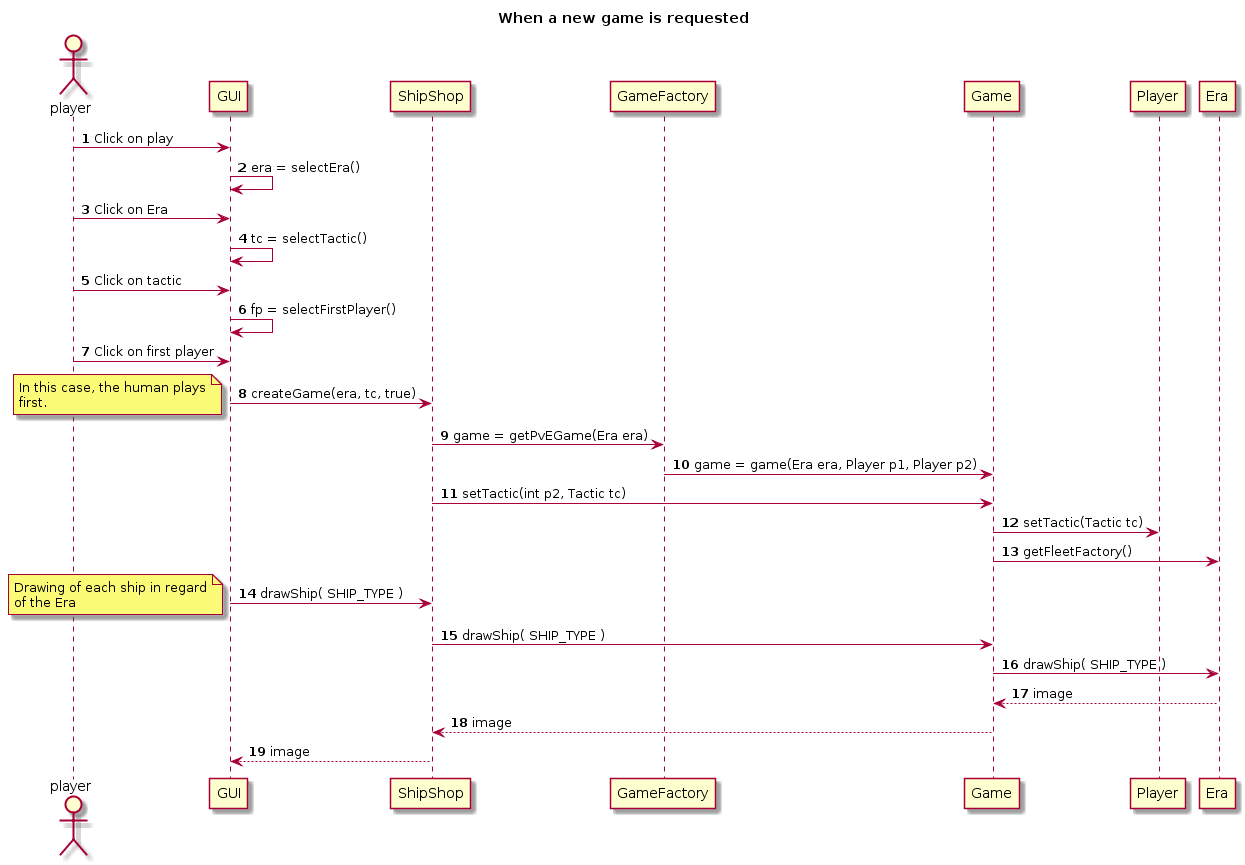
Above: doc/conception suite/image/sequences/createGame.png in Reynault/ShipShop (PlantUML), before the change.
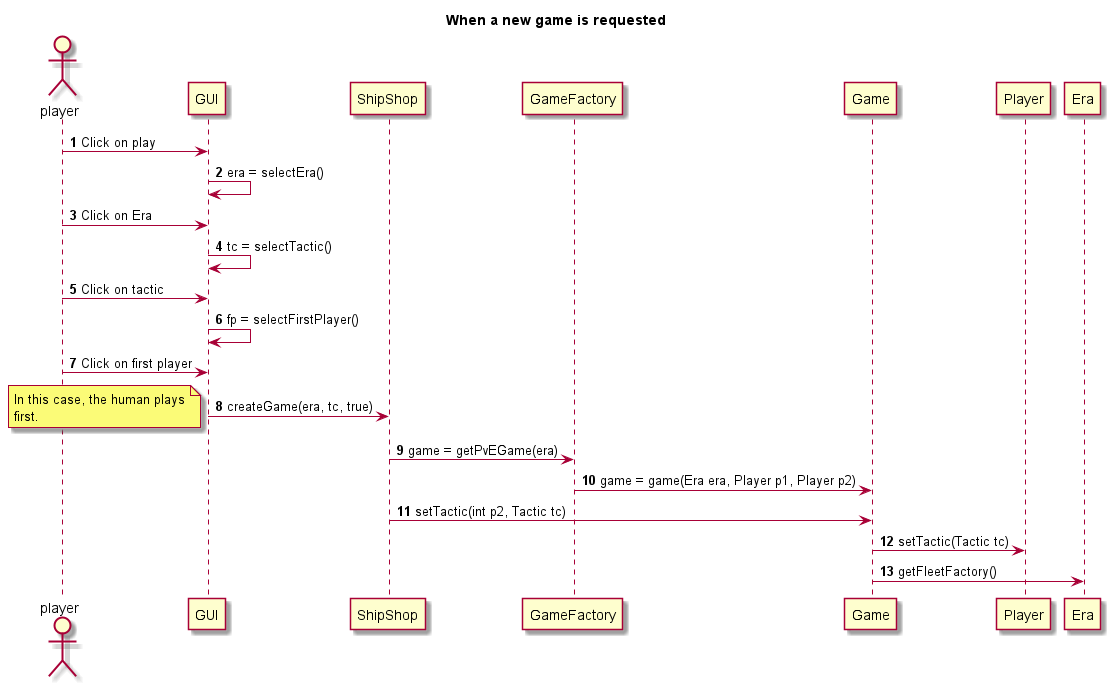
The same file after the commit.

Diff of the diagram source:
```diff
@@ -23,7 +23,7 @@
 first.
 end note
 
-ShipShop -> GameFactory: game = getPvEGame(Era era)
+ShipShop -> GameFactory: game = getPvEGame(era)
 
 GameFactory -> Game:  game = game(Era era, Player p1, Player p2)
 ShipShop -> Game: setTactic(int p2, Tactic tc)
@@ -31,21 +31,4 @@
 
 Game -> Era: getFleetFactory()
 
-GUI -> ShipShop: drawShip( SHIP_TYPE )
-
-note left
-Drawing of each ship in regard
-of the Era
-end note
-
-
-ShipShop -> Game: drawShip( SHIP_TYPE )
-
-Game -> Era: drawShip( SHIP_TYPE )
-
-Era --> Game : image
-
-Game --> ShipShop : image
-
-ShipShop --> GUI : image
 @enduml
```
